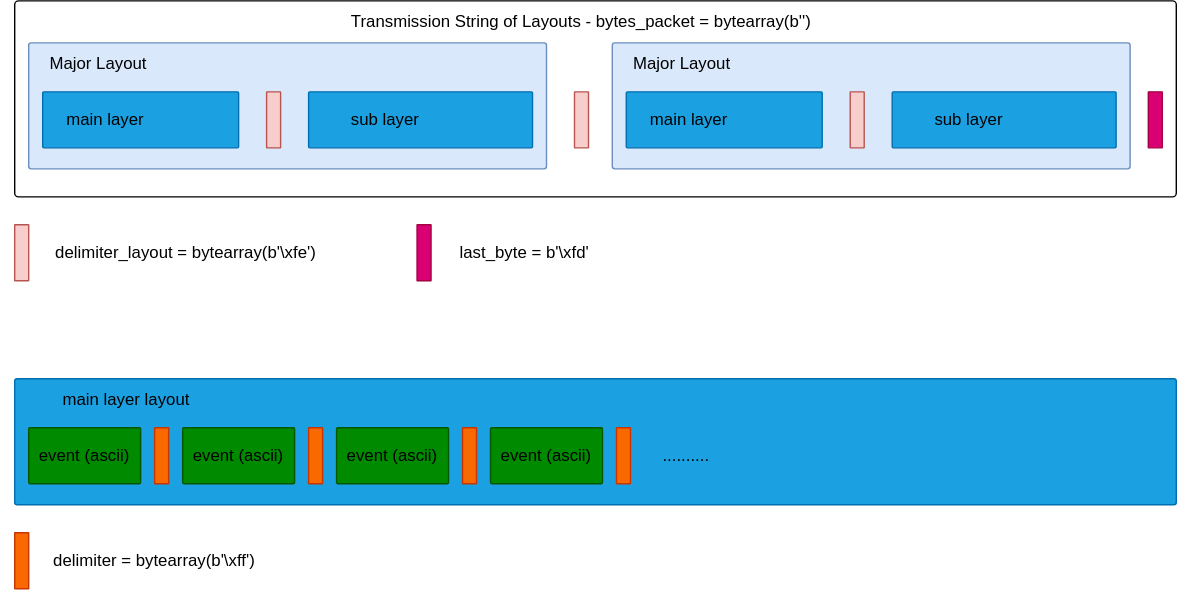
LYNXware/LYNXapp__version_3 keeps this draw.io diagram as readme/layout-transmition.svg. Above is the earlier version. Source tidied: cells renumbered, new cells last; positions are measured from the earlier drawing's top-left corner, leaving out a move shared by most shapes.
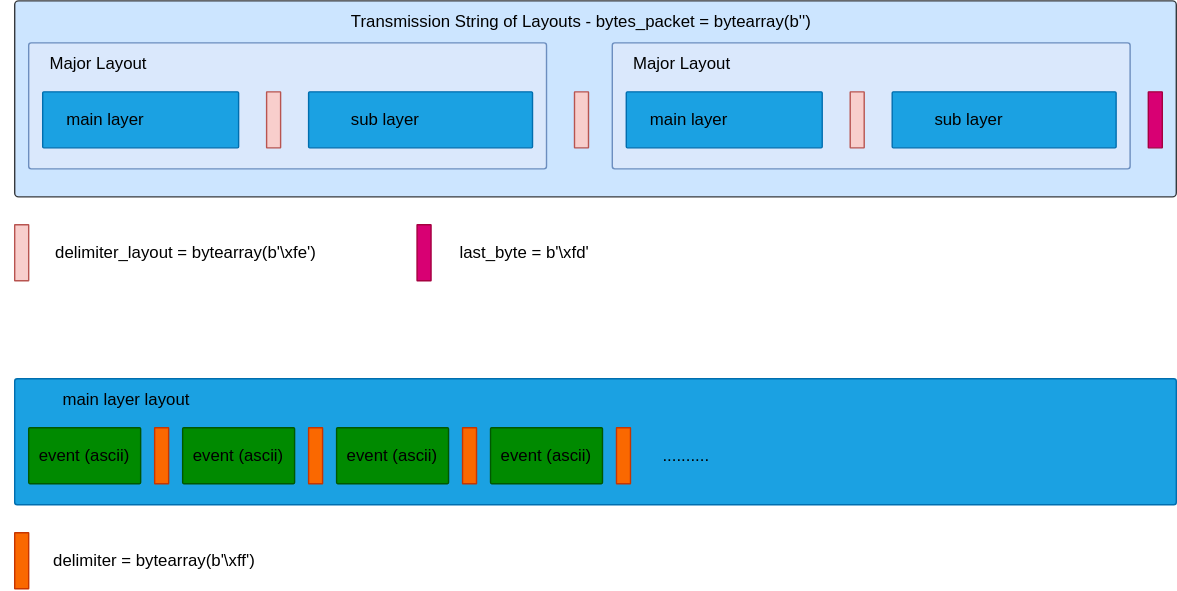
Later version of the same file.

Change to the diagram source:
```diff
@@ -2,7 +2,7 @@
   <root>
     <mxCell id="0" />
     <mxCell id="1" parent="0" />
-    <mxCell id="2" style="rounded=1;whiteSpace=wrap;html=1;arcSize=2;" parent="1" vertex="1">
+    <mxCell id="2" style="rounded=1;whiteSpace=wrap;html=1;arcSize=2;fillColor=#cce5ff;strokeColor=#36393d;" parent="1" vertex="1">
       <mxGeometry x="10" width="830" height="140" as="geometry" />
     </mxCell>
     <mxCell id="3" value="Transmission String of Layouts -&amp;nbsp;bytes_packet = bytearray(b'')" style="text;html=1;align=center;verticalAlign=middle;whiteSpace=wrap;rounded=0;" parent="1" vertex="1">
```
